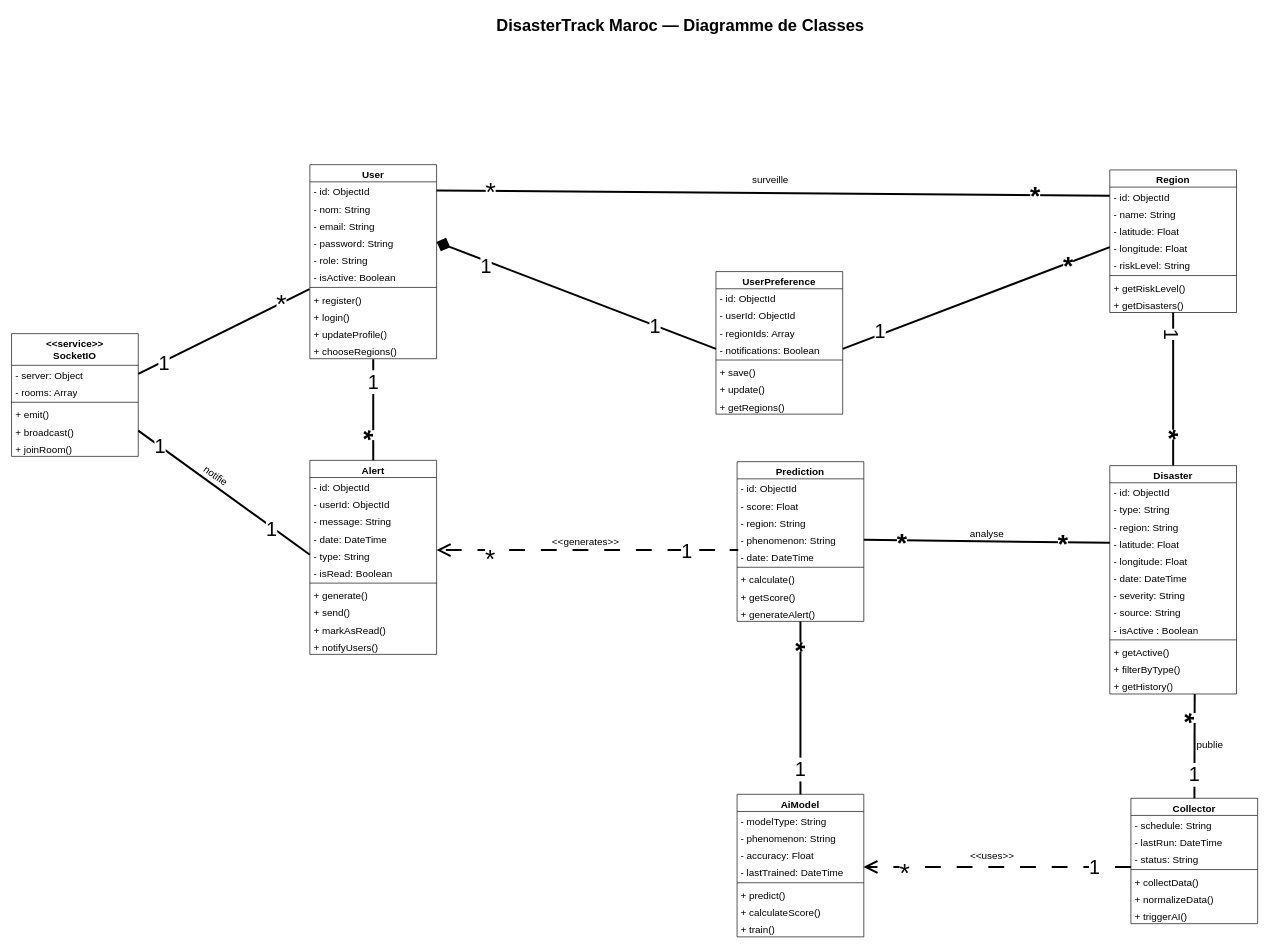
The draw.io diagram page "Class" (2 of 3) of docs/uml/source/disaster-track-diagrams.drawio in ANSS77/suivi-catastrophes-maroc, before the edit. Source tidied: cells renumbered, new cells numbered last; positions are measured from the earlier drawing's top-left corner, leaving out a move shared by most shapes. Both pictures are drawn from the tidied source at 66%, with x=0, y=0 at pixel (11, 11).
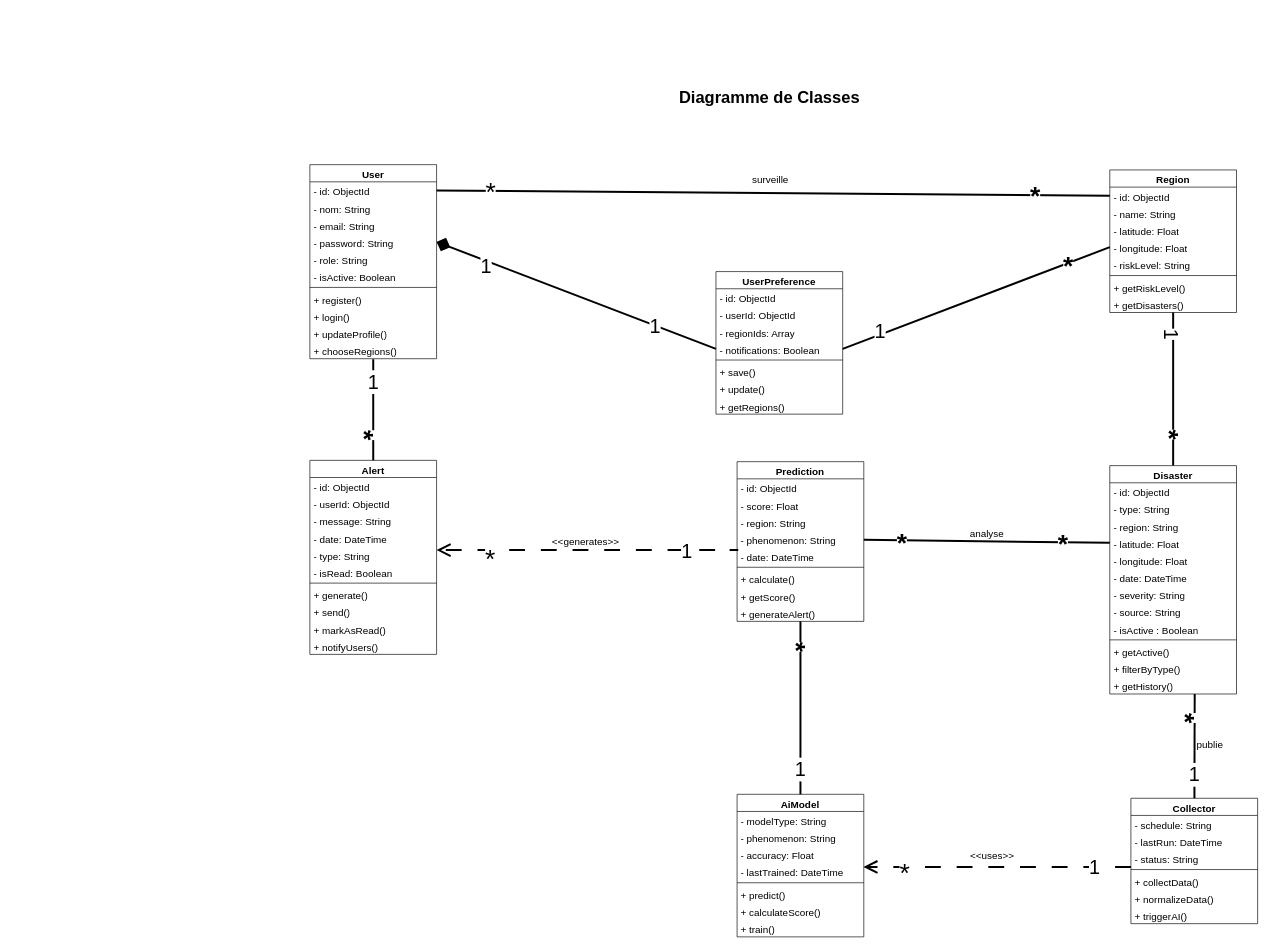
The same diagram, later.

Unchanged cells that the change refers to:
```xml
<mxCell id="7" value="- type: String" style="text;strokeColor=none;fillColor=none;align=left;verticalAlign=top;spacingLeft=4;spacingRight=4;overflow=hidden;points=[[0,0.5],[1,0.5]];portConstraint=eastwest;whiteSpace=wrap;html=1;fontSize=15;" parent="2" vertex="1">
  <mxGeometry y="130" width="192" height="26" as="geometry" />
</mxCell>
<mxCell id="90" value="+ register()" style="text;strokeColor=none;fillColor=none;align=left;verticalAlign=top;spacingLeft=4;spacingRight=4;overflow=hidden;points=[[0,0.5],[1,0.5]];portConstraint=eastwest;whiteSpace=wrap;html=1;fontSize=15;" parent="82" vertex="1">
  <mxGeometry y="190" width="192" height="26" as="geometry" />
</mxCell>
```

Diff of the diagram source:
```diff
@@
-    <mxCell id="94" value="DisasterTrack Maroc — Diagramme de Classes" style="text;strokeColor=none;fillColor=none;html=1;fontSize=25;fontStyle=1;verticalAlign=middle;align=center;" parent="1" vertex="1">
-      <mxGeometry x="717" width="592" height="40" as="geometry" />
+    <mxCell id="94" value="Diagramme de Classes" style="text;strokeColor=none;fillColor=none;html=1;fontSize=25;fontStyle=1;verticalAlign=middle;align=center;" parent="1" vertex="1">
+      <mxGeometry x="852" y="109" width="592" height="40" as="geometry" />
     </mxCell>
@@
-    <mxCell id="113" value="&lt;div&gt;&lt;span style=&quot;background-color: transparent; color: light-dark(rgb(0, 0, 0), rgb(255, 255, 255));&quot;&gt;&amp;lt;&amp;lt;service&amp;gt;&amp;gt;&lt;/span&gt;&lt;/div&gt;&lt;div&gt;&lt;span style=&quot;background-color: transparent; color: light-dark(rgb(0, 0, 0), rgb(255, 255, 255));&quot;&gt;SocketIO&lt;/span&gt;&lt;/div&gt;" style="swimlane;fontStyle=1;align=center;verticalAlign=top;horizontal=1;startSize=48;whiteSpace=wrap;html=1;fontSize=15;" parent="1" vertex="1">
-      <mxGeometry y="488" width="192" height="186" as="geometry" />
-    </mxCell>
-    <mxCell id="114" value="- server: Object" style="text;strokeColor=none;fillColor=none;align=left;verticalAlign=top;spacingLeft=4;spacingRight=4;overflow=hidden;points=[[0,0.5],[1,0.5]];portConstraint=eastwest;whiteSpace=wrap;html=1;fontSize=15;" parent="113" vertex="1">
-      <mxGeometry y="48" width="192" height="26" as="geometry" />
-    </mxCell>
-    <mxCell id="115" value="- rooms: Array" style="text;strokeColor=none;fillColor=none;align=left;verticalAlign=top;spacingLeft=4;spacingRight=4;overflow=hidden;whiteSpace=wrap;html=1;fontSize=15;" parent="113" vertex="1">
-      <mxGeometry y="74" width="192" height="26" as="geometry" />
-    </mxCell>
-    <mxCell id="116" style="line;strokeWidth=1;fillColor=none;align=left;verticalAlign=middle;spacingTop=-1;spacingLeft=3;spacingRight=3;labelPosition=right;strokeColor=inherit;fontSize=15;" parent="113" vertex="1">
-      <mxGeometry y="100" width="192" height="8" as="geometry" />
-    </mxCell>
-    <mxCell id="117" value="+ emit()" style="text;strokeColor=none;fillColor=none;align=left;verticalAlign=top;spacingLeft=4;spacingRight=4;overflow=hidden;whiteSpace=wrap;html=1;fontSize=15;" parent="113" vertex="1">
-      <mxGeometry y="108" width="192" height="26" as="geometry" />
-    </mxCell>
-    <mxCell id="118" value="+ broadcast()" style="text;strokeColor=none;fillColor=none;align=left;verticalAlign=top;spacingLeft=4;spacingRight=4;overflow=hidden;points=[[0,0.5],[1,0.5]];portConstraint=eastwest;whiteSpace=wrap;html=1;fontSize=15;" parent="113" vertex="1">
-      <mxGeometry y="134" width="192" height="26" as="geometry" />
-    </mxCell>
-    <mxCell id="119" value="+ joinRoom()" style="text;strokeColor=none;fillColor=none;align=left;verticalAlign=top;spacingLeft=4;spacingRight=4;overflow=hidden;whiteSpace=wrap;html=1;fontSize=15;" parent="113" vertex="1">
-      <mxGeometry y="160" width="192" height="26" as="geometry" />
-    </mxCell>
-    <mxCell id="120" style="rounded=0;jettySize=auto;html=1;exitX=1;exitY=0.5;exitDx=0;exitDy=0;entryX=-0.003;entryY=-0.057;entryDx=0;entryDy=0;entryPerimeter=0;endArrow=none;endFill=0;strokeWidth=3;" parent="1" edge="1" source="114" target="90">
-      <mxGeometry relative="1" as="geometry" />
-    </mxCell>
-    <mxCell id="121" value="1" style="edgeLabel;html=1;align=center;verticalAlign=middle;fontSize=30;" parent="120" vertex="1">
-      <mxGeometry x="-0.71" y="-1" relative="1" as="geometry" />
-    </mxCell>
-    <mxCell id="122" value="*" style="edgeLabel;html=1;align=center;verticalAlign=middle;fontSize=40;" parent="120" vertex="1">
-      <mxGeometry x="0.67" relative="1" as="geometry" />
-    </mxCell>
-    <mxCell id="123" style="rounded=0;jettySize=auto;html=1;exitX=1;exitY=0.5;exitDx=0;exitDy=0;entryX=0;entryY=0.5;entryDx=0;entryDy=0;endArrow=none;endFill=0;strokeWidth=3;" parent="1" edge="1" source="118" target="7">
-      <mxGeometry relative="1" as="geometry" />
-    </mxCell>
-    <mxCell id="124" value="1" style="edgeLabel;html=1;align=center;verticalAlign=middle;fontSize=30;" parent="123" vertex="1">
-      <mxGeometry x="-0.75" relative="1" as="geometry" />
-    </mxCell>
-    <mxCell id="125" value="1" style="edgeLabel;html=1;align=center;verticalAlign=middle;fontSize=30;" parent="123" vertex="1">
-      <mxGeometry x="0.56" y="-2" relative="1" as="geometry" />
-    </mxCell>
@@
-    <mxCell id="132" value="notifie" style="text;html=1;whiteSpace=wrap;strokeColor=none;fillColor=none;align=center;verticalAlign=middle;rounded=0;fontSize=15;rotation=35;" parent="1" vertex="1">
-      <mxGeometry x="280" y="688" width="60" height="30" as="geometry" />
-    </mxCell>
```
